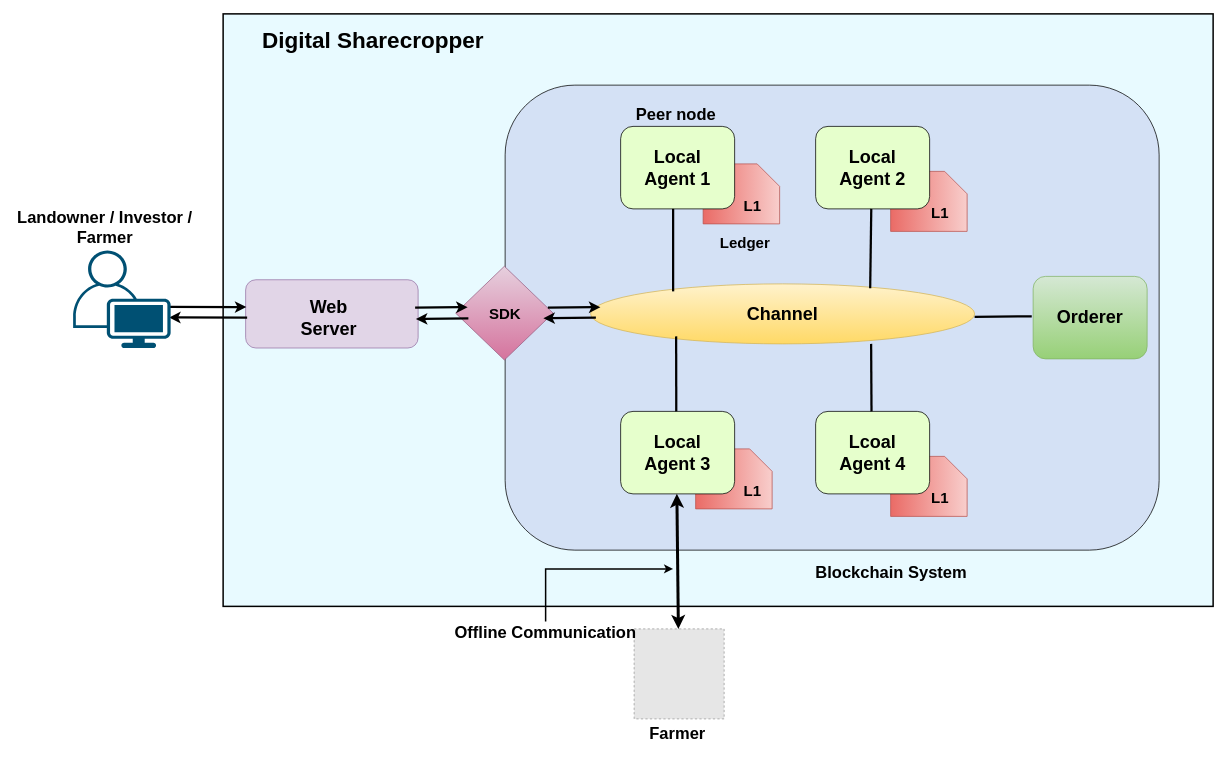
This is page "Page-2" (2 of 4) of files/Fabric-Diagrams.drawio from Arif-Shahriar028/draw.io, a draw.io file, before an edit. Source tidied: cells renumbered, new cells numbered last; positions are measured from the earlier drawing's top-left corner, leaving out a move shared by most shapes. Both pictures are drawn from the tidied source at 75%, with x=0, y=0 at pixel (13, 14). Pictures stored in the file or linked from it are replaced by grey dashed boxes.
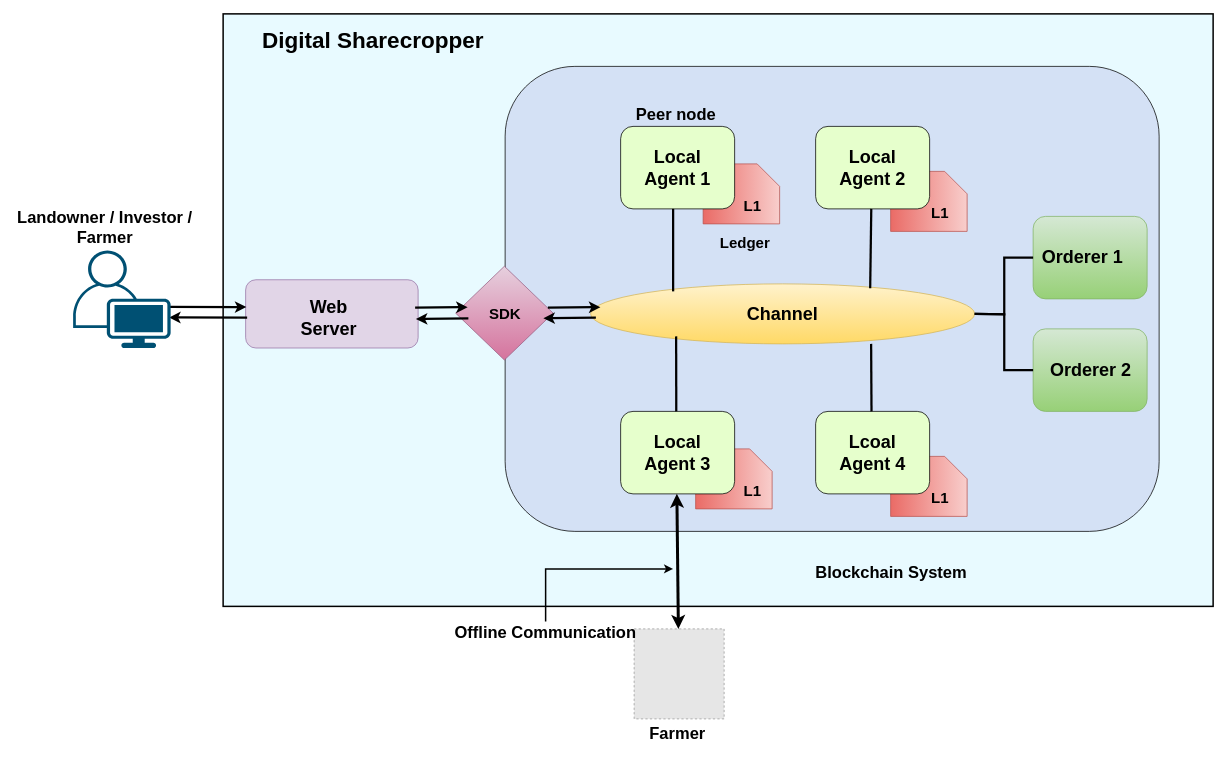
After the change.

Change to the diagram source:
```diff
@@
     <mxCell id="3" style="rounded=1;whiteSpace=wrap;html=1;fillColor=#D4E1F5;fontStyle=1;" parent="1" vertex="1">
-      <mxGeometry x="656" y="95" width="872" height="620" as="geometry" />
+      <mxGeometry x="656" y="70" width="872" height="620" as="geometry" />
     </mxCell>
@@
     <mxCell id="13" style="rounded=1;whiteSpace=wrap;html=1;fillColor=#d5e8d4;strokeColor=#82b366;gradientColor=#97d077;fontStyle=1;" parent="1" vertex="1">
-      <mxGeometry x="1360" y="350" width="152" height="110" as="geometry" />
+      <mxGeometry x="1360" y="270" width="152" height="110" as="geometry" />
     </mxCell>
@@
-    <mxCell id="26" value="&lt;font style=&quot;font-size: 24px;&quot;&gt;&lt;span&gt;Orderer&lt;/span&gt;&lt;/font&gt;" style="text;html=1;strokeColor=none;fillColor=none;align=center;verticalAlign=middle;whiteSpace=wrap;rounded=0;fontStyle=1;" parent="1" vertex="1">
-      <mxGeometry x="1390" y="390" width="92" height="30" as="geometry" />
+    <mxCell id="26" value="&lt;font style=&quot;font-size: 24px;&quot;&gt;&lt;span&gt;Orderer 1&lt;/span&gt;&lt;/font&gt;" style="text;html=1;strokeColor=none;fillColor=none;align=center;verticalAlign=middle;whiteSpace=wrap;rounded=0;fontStyle=1;" parent="1" vertex="1">
+      <mxGeometry x="1370" y="310" width="112" height="30" as="geometry" />
     </mxCell>
@@
-    <mxCell id="30" style="endArrow=none;html=1;rounded=0;strokeWidth=3;exitX=0.728;exitY=0.072;exitDx=0;exitDy=0;exitPerimeter=0;entryX=-0.025;entryY=0.412;entryDx=0;entryDy=0;entryPerimeter=0;fontStyle=1;" parent="1" edge="1">
-      <mxGeometry relative="1" as="geometry">
-        <mxPoint x="1282" y="404" as="sourcePoint" />
-        <mxPoint x="1358.2" y="403.3" as="targetPoint" />
-      </mxGeometry>
-    </mxCell>
@@
+    <mxCell id="49" style="rounded=1;whiteSpace=wrap;html=1;fillColor=#d5e8d4;strokeColor=#82b366;gradientColor=#97d077;fontStyle=1;" parent="1" vertex="1">
+      <mxGeometry x="1360" y="420" width="152" height="110" as="geometry" />
+    </mxCell>
+    <mxCell id="50" value="&lt;font style=&quot;font-size: 24px;&quot;&gt;&lt;span&gt;Orderer 2&lt;/span&gt;&lt;/font&gt;" style="text;html=1;strokeColor=none;fillColor=none;align=center;verticalAlign=middle;whiteSpace=wrap;rounded=0;fontStyle=1;" parent="1" vertex="1">
+      <mxGeometry x="1381" y="460" width="112" height="30" as="geometry" />
+    </mxCell>
+    <mxCell id="51" style="endArrow=none;html=1;rounded=0;edgeStyle=orthogonalEdgeStyle;entryX=0;entryY=0.5;entryDx=0;entryDy=0;strokeWidth=3;" parent="1" edge="1" target="49">
+      <mxGeometry relative="1" as="geometry">
+        <mxPoint x="1282" y="400" as="sourcePoint" />
+      </mxGeometry>
+    </mxCell>
+    <mxCell id="52" style="endArrow=none;html=1;rounded=0;edgeStyle=orthogonalEdgeStyle;entryX=0;entryY=0.5;entryDx=0;entryDy=0;strokeWidth=3;" parent="1" edge="1" target="13">
+      <mxGeometry relative="1" as="geometry">
+        <mxPoint x="1282" y="400" as="sourcePoint" />
+      </mxGeometry>
+    </mxCell>
```
